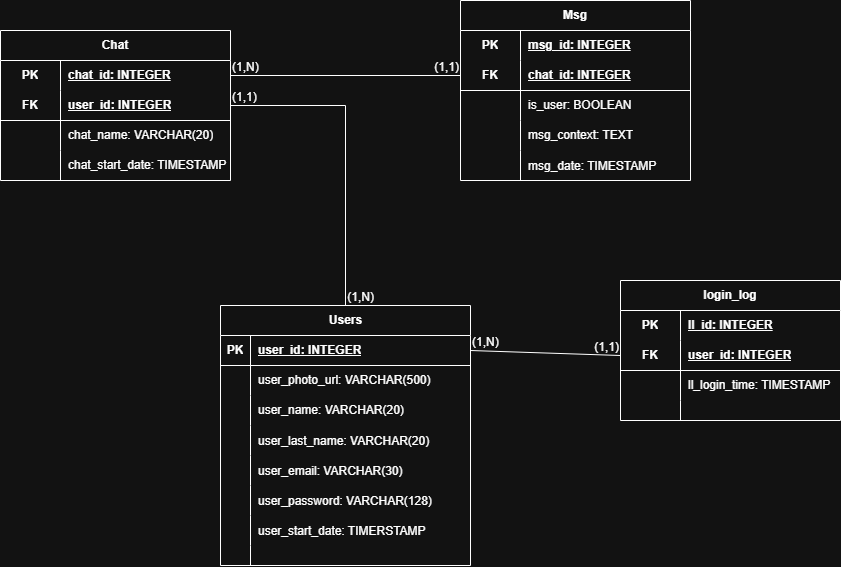
The draw.io diagram database/logical_model/img/logical_model.png in rodrigueswallace/SysChat, before a commit. Source tidied: cells renumbered, new cells last; positions are measured from the earlier drawing's top-left corner, leaving out a move shared by most shapes.
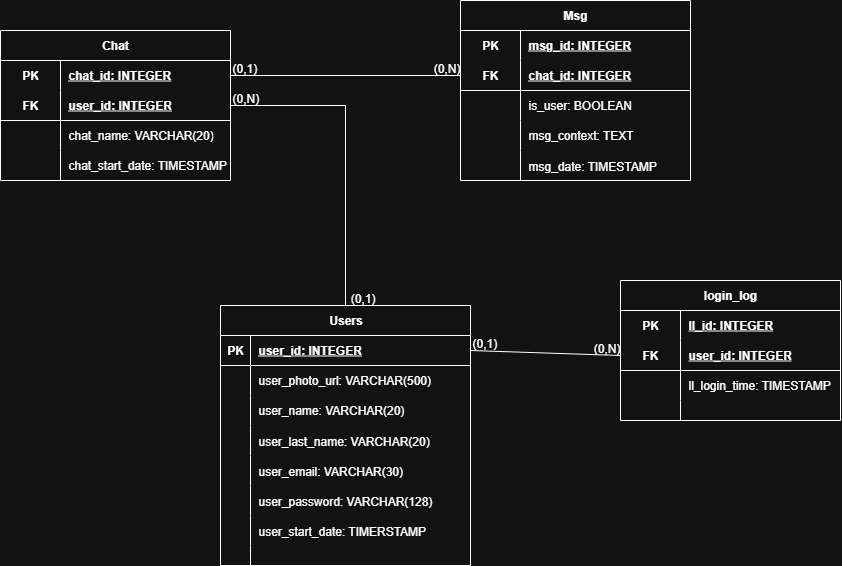
The same diagram one commit later.

Commit message:
feat(logical_model and views of dashboard): start view of dasboard and update of logical_model

The edit, as a diff of the source:
```diff
@@ -37,5 +37,5 @@
     </mxCell>
-    <mxCell id="13" style="shape=partialRectangle;fillColor=none;top=0;left=0;bottom=0;right=0;overflow=hidden;" parent="12" vertex="1">
-      <mxGeometry width="30" height="30" as="geometry" />
-    </mxCell>
+    <mxCell id="78" style="shape=partialRectangle;fillColor=none;top=0;left=0;bottom=0;right=0;overflow=hidden;" parent="12" vertex="1">
+      <mxGeometry width="30" height="30" as="geometry" />
+    </mxCell>
     <mxCell id="14" value="user_last_name: VARCHAR(20)" style="shape=partialRectangle;fillColor=none;top=0;left=0;bottom=0;right=0;align=left;spacingLeft=6;overflow=hidden;" parent="12" vertex="1">
@@ -46,5 +46,5 @@
     </mxCell>
-    <mxCell id="16" style="shape=partialRectangle;fillColor=none;top=0;left=0;bottom=0;right=0;overflow=hidden;" parent="15" vertex="1">
-      <mxGeometry width="30" height="30" as="geometry" />
-    </mxCell>
+    <mxCell id="79" style="shape=partialRectangle;fillColor=none;top=0;left=0;bottom=0;right=0;overflow=hidden;" parent="15" vertex="1">
+      <mxGeometry width="30" height="30" as="geometry" />
+    </mxCell>
     <mxCell id="17" value="user_email: VARCHAR(30)" style="shape=partialRectangle;fillColor=none;top=0;left=0;bottom=0;right=0;align=left;spacingLeft=6;overflow=hidden;" parent="15" vertex="1">
@@ -55,5 +55,5 @@
     </mxCell>
-    <mxCell id="19" style="shape=partialRectangle;fillColor=none;top=0;left=0;bottom=0;right=0;overflow=hidden;" parent="18" vertex="1">
-      <mxGeometry width="30" height="30" as="geometry" />
-    </mxCell>
+    <mxCell id="80" style="shape=partialRectangle;fillColor=none;top=0;left=0;bottom=0;right=0;overflow=hidden;" parent="18" vertex="1">
+      <mxGeometry width="30" height="30" as="geometry" />
+    </mxCell>
     <mxCell id="20" value="user_password: VARCHAR(128)" style="shape=partialRectangle;fillColor=none;top=0;left=0;bottom=0;right=0;align=left;spacingLeft=6;overflow=hidden;" parent="18" vertex="1">
@@ -64,5 +64,5 @@
     </mxCell>
-    <mxCell id="22" style="shape=partialRectangle;fillColor=none;top=0;left=0;bottom=0;right=0;overflow=hidden;" parent="21" vertex="1">
-      <mxGeometry width="30" height="30" as="geometry" />
-    </mxCell>
+    <mxCell id="81" style="shape=partialRectangle;fillColor=none;top=0;left=0;bottom=0;right=0;overflow=hidden;" parent="21" vertex="1">
+      <mxGeometry width="30" height="30" as="geometry" />
+    </mxCell>
     <mxCell id="23" value="user_start_date: TIMERSTAMP" style="shape=partialRectangle;fillColor=none;top=0;left=0;bottom=0;right=0;align=left;spacingLeft=6;overflow=hidden;" parent="21" vertex="1">
@@ -82,36 +82,36 @@
     </mxCell>
-    <mxCell id="28" style="shape=tableRow;horizontal=0;startSize=0;swimlaneHead=0;swimlaneBody=0;fillColor=none;points=[[0,0.5],[1,0.5]];portConstraint=eastwest;top=0;left=0;right=0;bottom=0;html=1;" parent="27" vertex="1">
-      <mxGeometry y="30" width="230" height="30" as="geometry" />
-    </mxCell>
-    <mxCell id="29" value="PK" style="shape=partialRectangle;fillColor=none;top=0;left=0;bottom=0;right=0;fontStyle=1;overflow=hidden;html=1;whiteSpace=wrap;" parent="28" vertex="1">
-      <mxGeometry width="60" height="30" as="geometry" />
-    </mxCell>
-    <mxCell id="30" value="chat_id: INTEGER" style="shape=partialRectangle;fillColor=none;top=0;left=0;bottom=0;right=0;align=left;spacingLeft=6;fontStyle=5;overflow=hidden;html=1;whiteSpace=wrap;" parent="28" vertex="1">
-      <mxGeometry x="60" width="170" height="30" as="geometry" />
-    </mxCell>
-    <mxCell id="31" style="shape=tableRow;horizontal=0;startSize=0;swimlaneHead=0;swimlaneBody=0;fillColor=none;points=[[0,0.5],[1,0.5]];portConstraint=eastwest;top=0;left=0;right=0;bottom=1;html=1;" parent="27" vertex="1">
-      <mxGeometry y="60" width="230" height="30" as="geometry" />
-    </mxCell>
-    <mxCell id="32" value="FK" style="shape=partialRectangle;fillColor=none;top=0;left=0;bottom=0;right=0;fontStyle=1;overflow=hidden;html=1;whiteSpace=wrap;" parent="31" vertex="1">
-      <mxGeometry width="60" height="30" as="geometry" />
-    </mxCell>
+    <mxCell id="82" style="shape=tableRow;horizontal=0;startSize=0;swimlaneHead=0;swimlaneBody=0;fillColor=none;points=[[0,0.5],[1,0.5]];portConstraint=eastwest;top=0;left=0;right=0;bottom=0;html=1;" parent="27" vertex="1">
+      <mxGeometry y="30" width="230" height="30" as="geometry" />
+    </mxCell>
+    <mxCell id="83" value="PK" style="shape=partialRectangle;fillColor=none;top=0;left=0;bottom=0;right=0;fontStyle=1;overflow=hidden;html=1;whiteSpace=wrap;" parent="82" vertex="1">
+      <mxGeometry width="60" height="30" as="geometry" />
+    </mxCell>
+    <mxCell id="84" value="chat_id: INTEGER" style="shape=partialRectangle;fillColor=none;top=0;left=0;bottom=0;right=0;align=left;spacingLeft=6;fontStyle=5;overflow=hidden;html=1;whiteSpace=wrap;" parent="82" vertex="1">
+      <mxGeometry x="60" width="170" height="30" as="geometry" />
+    </mxCell>
+    <mxCell id="85" style="shape=tableRow;horizontal=0;startSize=0;swimlaneHead=0;swimlaneBody=0;fillColor=none;points=[[0,0.5],[1,0.5]];portConstraint=eastwest;top=0;left=0;right=0;bottom=1;html=1;" parent="27" vertex="1">
+      <mxGeometry y="60" width="230" height="30" as="geometry" />
+    </mxCell>
+    <mxCell id="86" value="FK" style="shape=partialRectangle;fillColor=none;top=0;left=0;bottom=0;right=0;fontStyle=1;overflow=hidden;html=1;whiteSpace=wrap;" parent="85" vertex="1">
+      <mxGeometry width="60" height="30" as="geometry" />
+    </mxCell>
-    <mxCell id="33" value="user_id: INTEGER" style="shape=partialRectangle;fillColor=none;top=0;left=0;bottom=0;right=0;align=left;spacingLeft=6;fontStyle=5;overflow=hidden;html=1;whiteSpace=wrap;" parent="31" vertex="1">
+    <mxCell id="33" value="user_id: INTEGER" style="shape=partialRectangle;fillColor=none;top=0;left=0;bottom=0;right=0;align=left;spacingLeft=6;fontStyle=5;overflow=hidden;html=1;whiteSpace=wrap;" parent="85" vertex="1">
       <mxGeometry x="60" width="170" height="30" as="geometry" />
     </mxCell>
-    <mxCell id="34" style="shape=tableRow;horizontal=0;startSize=0;swimlaneHead=0;swimlaneBody=0;fillColor=none;top=0;left=0;right=0;bottom=0;html=1;" parent="27" vertex="1">
-      <mxGeometry y="90" width="230" height="30" as="geometry" />
-    </mxCell>
-    <mxCell id="35" style="shape=partialRectangle;fillColor=none;top=0;left=0;bottom=0;right=0;overflow=hidden;html=1;whiteSpace=wrap;" parent="34" vertex="1">
-      <mxGeometry width="60" height="30" as="geometry" />
-    </mxCell>
+    <mxCell id="87" style="shape=tableRow;horizontal=0;startSize=0;swimlaneHead=0;swimlaneBody=0;fillColor=none;top=0;left=0;right=0;bottom=0;html=1;" parent="27" vertex="1">
+      <mxGeometry y="90" width="230" height="30" as="geometry" />
+    </mxCell>
+    <mxCell id="88" style="shape=partialRectangle;fillColor=none;top=0;left=0;bottom=0;right=0;overflow=hidden;html=1;whiteSpace=wrap;" parent="87" vertex="1">
+      <mxGeometry width="60" height="30" as="geometry" />
+    </mxCell>
-    <mxCell id="36" value="chat_name: VARCHAR(20)" style="shape=partialRectangle;fillColor=none;top=0;left=0;bottom=0;right=0;align=left;spacingLeft=6;overflow=hidden;html=1;whiteSpace=wrap;" parent="34" vertex="1">
+    <mxCell id="36" value="chat_name: VARCHAR(20)" style="shape=partialRectangle;fillColor=none;top=0;left=0;bottom=0;right=0;align=left;spacingLeft=6;overflow=hidden;html=1;whiteSpace=wrap;" parent="87" vertex="1">
       <mxGeometry x="60" width="170" height="30" as="geometry" />
     </mxCell>
-    <mxCell id="37" style="shape=tableRow;horizontal=0;startSize=0;swimlaneHead=0;swimlaneBody=0;fillColor=none;top=0;left=0;right=0;bottom=0;html=1;" parent="27" vertex="1">
-      <mxGeometry y="120" width="230" height="30" as="geometry" />
-    </mxCell>
-    <mxCell id="38" style="shape=partialRectangle;fillColor=none;top=0;left=0;bottom=0;right=0;overflow=hidden;html=1;whiteSpace=wrap;" parent="37" vertex="1">
-      <mxGeometry width="60" height="30" as="geometry" />
-    </mxCell>
+    <mxCell id="89" style="shape=tableRow;horizontal=0;startSize=0;swimlaneHead=0;swimlaneBody=0;fillColor=none;top=0;left=0;right=0;bottom=0;html=1;" parent="27" vertex="1">
+      <mxGeometry y="120" width="230" height="30" as="geometry" />
+    </mxCell>
+    <mxCell id="90" style="shape=partialRectangle;fillColor=none;top=0;left=0;bottom=0;right=0;overflow=hidden;html=1;whiteSpace=wrap;" parent="89" vertex="1">
+      <mxGeometry width="60" height="30" as="geometry" />
+    </mxCell>
-    <mxCell id="39" value="chat_start_date: TIMESTAMP&amp;nbsp;" style="shape=partialRectangle;fillColor=none;top=0;left=0;bottom=0;right=0;align=left;spacingLeft=6;overflow=hidden;html=1;whiteSpace=wrap;" parent="37" vertex="1">
+    <mxCell id="39" value="chat_start_date: TIMESTAMP&amp;nbsp;" style="shape=partialRectangle;fillColor=none;top=0;left=0;bottom=0;right=0;align=left;spacingLeft=6;overflow=hidden;html=1;whiteSpace=wrap;" parent="89" vertex="1">
       <mxGeometry x="60" width="170" height="30" as="geometry" />
@@ -121,36 +121,36 @@
     </mxCell>
-    <mxCell id="41" style="shape=tableRow;horizontal=0;startSize=0;swimlaneHead=0;swimlaneBody=0;fillColor=none;top=0;left=0;right=0;bottom=0;html=1;" parent="40" vertex="1">
-      <mxGeometry y="30" width="230" height="30" as="geometry" />
-    </mxCell>
-    <mxCell id="42" value="PK" style="shape=partialRectangle;fillColor=none;top=0;left=0;bottom=0;right=0;fontStyle=1;overflow=hidden;html=1;whiteSpace=wrap;" parent="41" vertex="1">
-      <mxGeometry width="60" height="30" as="geometry" />
-    </mxCell>
+    <mxCell id="91" style="shape=tableRow;horizontal=0;startSize=0;swimlaneHead=0;swimlaneBody=0;fillColor=none;top=0;left=0;right=0;bottom=0;html=1;" parent="40" vertex="1">
+      <mxGeometry y="30" width="230" height="30" as="geometry" />
+    </mxCell>
+    <mxCell id="92" value="PK" style="shape=partialRectangle;fillColor=none;top=0;left=0;bottom=0;right=0;fontStyle=1;overflow=hidden;html=1;whiteSpace=wrap;" parent="91" vertex="1">
+      <mxGeometry width="60" height="30" as="geometry" />
+    </mxCell>
-    <mxCell id="43" value="msg_id: INTEGER" style="shape=partialRectangle;fillColor=none;top=0;left=0;bottom=0;right=0;align=left;spacingLeft=6;fontStyle=5;overflow=hidden;html=1;whiteSpace=wrap;" parent="41" vertex="1">
+    <mxCell id="43" value="msg_id: INTEGER" style="shape=partialRectangle;fillColor=none;top=0;left=0;bottom=0;right=0;align=left;spacingLeft=6;fontStyle=5;overflow=hidden;html=1;whiteSpace=wrap;" parent="91" vertex="1">
       <mxGeometry x="60" width="170" height="30" as="geometry" />
     </mxCell>
-    <mxCell id="44" style="shape=tableRow;horizontal=0;startSize=0;swimlaneHead=0;swimlaneBody=0;fillColor=none;points=[[0,0.5],[1,0.5]];portConstraint=eastwest;top=0;left=0;right=0;bottom=1;html=1;" parent="40" vertex="1">
-      <mxGeometry y="60" width="230" height="30" as="geometry" />
-    </mxCell>
-    <mxCell id="45" value="FK" style="shape=partialRectangle;fillColor=none;top=0;left=0;bottom=0;right=0;fontStyle=1;overflow=hidden;html=1;whiteSpace=wrap;" parent="44" vertex="1">
-      <mxGeometry width="60" height="30" as="geometry" />
-    </mxCell>
-    <mxCell id="46" value="chat_id: INTEGER" style="shape=partialRectangle;fillColor=none;top=0;left=0;bottom=0;right=0;align=left;spacingLeft=6;fontStyle=5;overflow=hidden;html=1;whiteSpace=wrap;" parent="44" vertex="1">
-      <mxGeometry x="60" width="170" height="30" as="geometry" />
-    </mxCell>
-    <mxCell id="47" style="shape=tableRow;horizontal=0;startSize=0;swimlaneHead=0;swimlaneBody=0;fillColor=none;top=0;left=0;right=0;bottom=0;html=1;" parent="40" vertex="1">
-      <mxGeometry y="90" width="230" height="30" as="geometry" />
-    </mxCell>
-    <mxCell id="48" style="shape=partialRectangle;fillColor=none;top=0;left=0;bottom=0;right=0;overflow=hidden;html=1;whiteSpace=wrap;" parent="47" vertex="1">
-      <mxGeometry width="60" height="30" as="geometry" />
-    </mxCell>
+    <mxCell id="93" style="shape=tableRow;horizontal=0;startSize=0;swimlaneHead=0;swimlaneBody=0;fillColor=none;points=[[0,0.5],[1,0.5]];portConstraint=eastwest;top=0;left=0;right=0;bottom=1;html=1;" parent="40" vertex="1">
+      <mxGeometry y="60" width="230" height="30" as="geometry" />
+    </mxCell>
+    <mxCell id="94" value="FK" style="shape=partialRectangle;fillColor=none;top=0;left=0;bottom=0;right=0;fontStyle=1;overflow=hidden;html=1;whiteSpace=wrap;" parent="93" vertex="1">
+      <mxGeometry width="60" height="30" as="geometry" />
+    </mxCell>
+    <mxCell id="95" value="chat_id: INTEGER" style="shape=partialRectangle;fillColor=none;top=0;left=0;bottom=0;right=0;align=left;spacingLeft=6;fontStyle=5;overflow=hidden;html=1;whiteSpace=wrap;" parent="93" vertex="1">
+      <mxGeometry x="60" width="170" height="30" as="geometry" />
+    </mxCell>
+    <mxCell id="96" style="shape=tableRow;horizontal=0;startSize=0;swimlaneHead=0;swimlaneBody=0;fillColor=none;top=0;left=0;right=0;bottom=0;html=1;" parent="40" vertex="1">
+      <mxGeometry y="90" width="230" height="30" as="geometry" />
+    </mxCell>
+    <mxCell id="97" style="shape=partialRectangle;fillColor=none;top=0;left=0;bottom=0;right=0;overflow=hidden;html=1;whiteSpace=wrap;" parent="96" vertex="1">
+      <mxGeometry width="60" height="30" as="geometry" />
+    </mxCell>
-    <mxCell id="49" value="is_user: BOOLEAN" style="shape=partialRectangle;fillColor=none;top=0;left=0;bottom=0;right=0;align=left;spacingLeft=6;overflow=hidden;html=1;whiteSpace=wrap;" parent="47" vertex="1">
+    <mxCell id="49" value="is_user: BOOLEAN" style="shape=partialRectangle;fillColor=none;top=0;left=0;bottom=0;right=0;align=left;spacingLeft=6;overflow=hidden;html=1;whiteSpace=wrap;" parent="96" vertex="1">
       <mxGeometry x="60" width="170" height="30" as="geometry" />
     </mxCell>
-    <mxCell id="50" style="shape=tableRow;horizontal=0;startSize=0;swimlaneHead=0;swimlaneBody=0;fillColor=none;top=0;left=0;right=0;bottom=0;html=1;" parent="40" vertex="1">
-      <mxGeometry y="120" width="230" height="30" as="geometry" />
-    </mxCell>
-    <mxCell id="51" style="shape=partialRectangle;fillColor=none;top=0;left=0;bottom=0;right=0;overflow=hidden;html=1;whiteSpace=wrap;" parent="50" vertex="1">
-      <mxGeometry width="60" height="30" as="geometry" />
-    </mxCell>
+    <mxCell id="98" style="shape=tableRow;horizontal=0;startSize=0;swimlaneHead=0;swimlaneBody=0;fillColor=none;top=0;left=0;right=0;bottom=0;html=1;" parent="40" vertex="1">
+      <mxGeometry y="120" width="230" height="30" as="geometry" />
+    </mxCell>
+    <mxCell id="99" style="shape=partialRectangle;fillColor=none;top=0;left=0;bottom=0;right=0;overflow=hidden;html=1;whiteSpace=wrap;" parent="98" vertex="1">
+      <mxGeometry width="60" height="30" as="geometry" />
+    </mxCell>
-    <mxCell id="52" value="msg_context: TEXT" style="shape=partialRectangle;fillColor=none;top=0;left=0;bottom=0;right=0;align=left;spacingLeft=6;overflow=hidden;html=1;whiteSpace=wrap;" parent="50" vertex="1">
+    <mxCell id="52" value="msg_context: TEXT" style="shape=partialRectangle;fillColor=none;top=0;left=0;bottom=0;right=0;align=left;spacingLeft=6;overflow=hidden;html=1;whiteSpace=wrap;" parent="98" vertex="1">
       <mxGeometry x="60" width="170" height="30" as="geometry" />
@@ -172,5 +172,5 @@
     </mxCell>
-    <mxCell id="58" value="PK" style="shape=partialRectangle;fillColor=none;top=0;left=0;bottom=0;right=0;fontStyle=1;overflow=hidden;html=1;whiteSpace=wrap;" parent="57" vertex="1">
-      <mxGeometry width="60" height="30" as="geometry" />
-    </mxCell>
+    <mxCell id="100" value="PK" style="shape=partialRectangle;fillColor=none;top=0;left=0;bottom=0;right=0;fontStyle=1;overflow=hidden;html=1;whiteSpace=wrap;" parent="57" vertex="1">
+      <mxGeometry width="60" height="30" as="geometry" />
+    </mxCell>
     <mxCell id="59" value="ll_id: INTEGER" style="shape=partialRectangle;fillColor=none;top=0;left=0;bottom=0;right=0;align=left;spacingLeft=6;fontStyle=5;overflow=hidden;html=1;whiteSpace=wrap;" parent="57" vertex="1">
@@ -181,5 +181,5 @@
     </mxCell>
-    <mxCell id="61" value="FK" style="shape=partialRectangle;fillColor=none;top=0;left=0;bottom=0;right=0;fontStyle=1;overflow=hidden;html=1;whiteSpace=wrap;" parent="60" vertex="1">
-      <mxGeometry width="60" height="30" as="geometry" />
-    </mxCell>
+    <mxCell id="101" value="FK" style="shape=partialRectangle;fillColor=none;top=0;left=0;bottom=0;right=0;fontStyle=1;overflow=hidden;html=1;whiteSpace=wrap;" parent="60" vertex="1">
+      <mxGeometry width="60" height="30" as="geometry" />
+    </mxCell>
     <mxCell id="62" value="user_id: INTEGER" style="shape=partialRectangle;fillColor=none;top=0;left=0;bottom=0;right=0;align=left;spacingLeft=6;fontStyle=5;overflow=hidden;html=1;whiteSpace=wrap;" parent="60" vertex="1">
@@ -190,5 +190,5 @@
     </mxCell>
-    <mxCell id="64" style="shape=partialRectangle;fillColor=none;top=0;left=0;bottom=0;right=0;overflow=hidden;html=1;whiteSpace=wrap;" parent="63" vertex="1">
-      <mxGeometry width="60" height="30" as="geometry" />
-    </mxCell>
+    <mxCell id="102" style="shape=partialRectangle;fillColor=none;top=0;left=0;bottom=0;right=0;overflow=hidden;html=1;whiteSpace=wrap;" parent="63" vertex="1">
+      <mxGeometry width="60" height="30" as="geometry" />
+    </mxCell>
     <mxCell id="65" value="ll_login_time: TIMESTAMP&amp;nbsp;" style="shape=partialRectangle;fillColor=none;top=0;left=0;bottom=0;right=0;align=left;spacingLeft=6;overflow=hidden;html=1;whiteSpace=wrap;" parent="63" vertex="1">
@@ -208,32 +208,32 @@
     </mxCell>
-    <mxCell id="70" value="(1,N)" style="html=1;whiteSpace=wrap;align=left;verticalAlign=bottom;" parent="69" vertex="1">
-      <mxGeometry x="-1" relative="1" as="geometry" />
-    </mxCell>
-    <mxCell id="71" value="(1,1)" style="html=1;whiteSpace=wrap;align=right;verticalAlign=bottom;" parent="69" vertex="1">
-      <mxGeometry x="1" relative="1" as="geometry" />
-    </mxCell>
-    <mxCell id="72" style="endArrow=none;html=1;rounded=0;exitX=1;exitY=0.5;exitDx=0;exitDy=0;entryX=0.5;entryY=0;entryDx=0;entryDy=0;" parent="1" edge="1" source="31" target="2">
-      <mxGeometry relative="1" as="geometry">
-        <Array as="points">
-          <mxPoint x="345" y="105" />
-        </Array>
-      </mxGeometry>
-    </mxCell>
-    <mxCell id="73" value="(1,1)" style="html=1;whiteSpace=wrap;align=left;verticalAlign=bottom;" parent="72" vertex="1">
-      <mxGeometry x="-1" relative="1" as="geometry" />
-    </mxCell>
-    <mxCell id="74" value="(1,N)" style="html=1;whiteSpace=wrap;align=right;verticalAlign=bottom;" parent="72" vertex="1">
-      <mxGeometry x="1" relative="1" as="geometry">
-        <mxPoint x="30" as="offset" />
-      </mxGeometry>
-    </mxCell>
-    <mxCell id="75" style="endArrow=none;html=1;rounded=0;exitX=1;exitY=0.5;exitDx=0;exitDy=0;entryX=0;entryY=0.5;entryDx=0;entryDy=0;" parent="1" edge="1" source="28" target="44">
-      <mxGeometry relative="1" as="geometry" />
-    </mxCell>
-    <mxCell id="76" value="(1,N)" style="html=1;whiteSpace=wrap;align=left;verticalAlign=bottom;" parent="75" vertex="1">
-      <mxGeometry x="-1" relative="1" as="geometry" />
-    </mxCell>
-    <mxCell id="77" value="(1,1)" style="html=1;whiteSpace=wrap;align=right;verticalAlign=bottom;" parent="75" vertex="1">
-      <mxGeometry x="1" relative="1" as="geometry" />
-    </mxCell>
+    <mxCell id="103" value="(0,1)" style="html=1;whiteSpace=wrap;align=left;verticalAlign=bottom;" parent="69" vertex="1">
+      <mxGeometry x="-1" relative="1" as="geometry" />
+    </mxCell>
+    <mxCell id="104" value="(0,N)" style="html=1;whiteSpace=wrap;align=right;verticalAlign=bottom;" parent="69" vertex="1">
+      <mxGeometry x="1" relative="1" as="geometry" />
+    </mxCell>
+    <mxCell id="105" style="endArrow=none;html=1;rounded=0;exitX=1;exitY=0.5;exitDx=0;exitDy=0;entryX=0.5;entryY=0;entryDx=0;entryDy=0;" parent="1" edge="1" source="85" target="2">
+      <mxGeometry relative="1" as="geometry">
+        <Array as="points">
+          <mxPoint x="345" y="105" />
+        </Array>
+      </mxGeometry>
+    </mxCell>
+    <mxCell id="106" value="(0,N)" style="html=1;whiteSpace=wrap;align=left;verticalAlign=bottom;" parent="105" vertex="1">
+      <mxGeometry x="-1" relative="1" as="geometry" />
+    </mxCell>
+    <mxCell id="107" value="(0,1)" style="html=1;whiteSpace=wrap;align=right;verticalAlign=bottom;" parent="105" vertex="1">
+      <mxGeometry x="1" relative="1" as="geometry">
+        <mxPoint x="30" as="offset" />
+      </mxGeometry>
+    </mxCell>
+    <mxCell id="108" style="endArrow=none;html=1;rounded=0;exitX=1;exitY=0.5;exitDx=0;exitDy=0;entryX=0;entryY=0.5;entryDx=0;entryDy=0;" parent="1" edge="1" source="82" target="93">
+      <mxGeometry relative="1" as="geometry" />
+    </mxCell>
+    <mxCell id="109" value="(0,1)" style="html=1;whiteSpace=wrap;align=left;verticalAlign=bottom;" parent="108" vertex="1">
+      <mxGeometry x="-1" relative="1" as="geometry" />
+    </mxCell>
+    <mxCell id="110" value="(0,N)" style="html=1;whiteSpace=wrap;align=right;verticalAlign=bottom;" parent="108" vertex="1">
+      <mxGeometry x="1" relative="1" as="geometry" />
+    </mxCell>
   </root>
```
